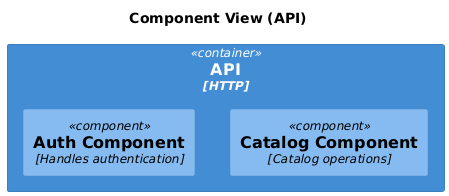
The PlantUML diagram docs/diagrams/hover-and-click/images/c4-component-diagram.png in SevDev21/disney-ai-plus, before a commit. Source of this version:
```plantuml
@startuml


!include <C4/C4_Component>

title Component View (API)

Container(api, "API", "HTTP") {
  Component(auth, "Auth Component", "Handles authentication")
  Component(catalog, "Catalog Component", "Catalog operations")
}
@enduml
```
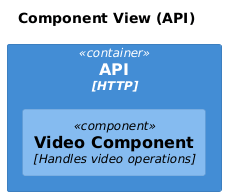
After the commit.

Diff of the diagram source:
```diff
@@ -1,12 +1,9 @@
 @startuml
-
-
 !include <C4/C4_Component>
 
 title Component View (API)
 
 Container(api, "API", "HTTP") {
-  Component(auth, "Auth Component", "Handles authentication")
-  Component(catalog, "Catalog Component", "Catalog operations")
+  Component(videocomponent, "Video Component", "Handles video operations")
 }
 @enduml
```
